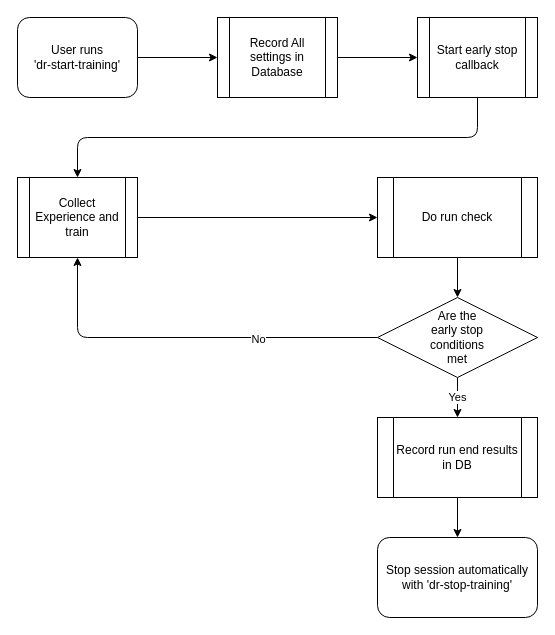
Earlier version of the draw.io diagram docs/drawings/training_flow.drawio (anjrew/deepracer-for-cloud). Source tidied: cells renumbered, new cells numbered last; positions are measured from the earlier drawing's top-left corner, leaving out a move shared by most shapes. Both pictures are drawn from the tidied source at 100%, with x=0, y=0 at pixel (17, 17).
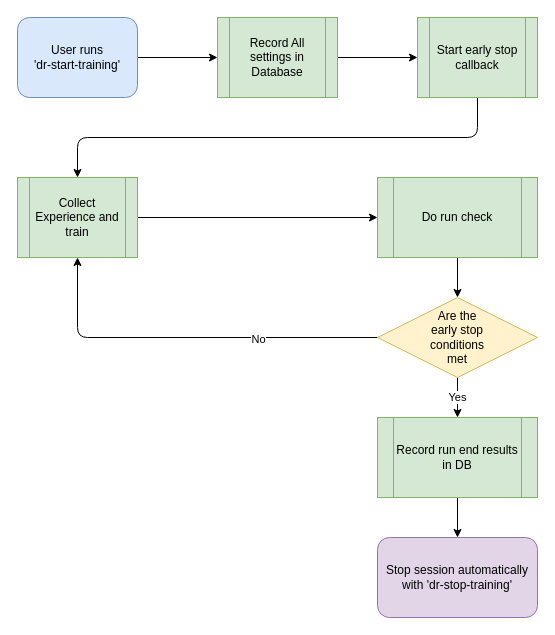
Above is the later version.

Commit message:
Add color to training flow diagram

Diff of the diagram source:
```diff
@@
-    <mxCell id="4" value="Record All settings in Database" style="shape=process;whiteSpace=wrap;html=1;backgroundOutline=1;" parent="1" vertex="1">
+    <mxCell id="4" value="Record All settings in Database" style="shape=process;whiteSpace=wrap;html=1;backgroundOutline=1;fillColor=#d5e8d4;strokeColor=#82b366;" parent="1" vertex="1">
       <mxGeometry x="200" width="120" height="80" as="geometry" />
     </mxCell>
@@
-    <mxCell id="6" value="Start early stop callback" style="shape=process;whiteSpace=wrap;html=1;backgroundOutline=1;" parent="1" vertex="1">
+    <mxCell id="6" value="Start early stop callback" style="shape=process;whiteSpace=wrap;html=1;backgroundOutline=1;fillColor=#d5e8d4;strokeColor=#82b366;" parent="1" vertex="1">
       <mxGeometry x="400" width="120" height="80" as="geometry" />
     </mxCell>
@@
-    <mxCell id="8" value="Do run check" style="shape=process;whiteSpace=wrap;html=1;backgroundOutline=1;" parent="1" vertex="1">
+    <mxCell id="8" value="Do run check" style="shape=process;whiteSpace=wrap;html=1;backgroundOutline=1;fillColor=#d5e8d4;strokeColor=#82b366;" parent="1" vertex="1">
       <mxGeometry x="360" y="160" width="160" height="80" as="geometry" />
     </mxCell>
@@
-    <mxCell id="12" value="Are the early stop conditions met" style="rhombus;whiteSpace=wrap;html=1;spacingLeft=50;spacingRight=50;" parent="1" vertex="1">
+    <mxCell id="12" value="Are the early stop conditions met" style="rhombus;whiteSpace=wrap;html=1;spacingLeft=50;spacingRight=50;fillColor=#fff2cc;strokeColor=#d6b656;" parent="1" vertex="1">
       <mxGeometry x="360" y="280" width="160" height="80" as="geometry" />
     </mxCell>
@@
-    <mxCell id="14" value="Record run end results in DB" style="shape=process;whiteSpace=wrap;html=1;backgroundOutline=1;" parent="1" vertex="1">
+    <mxCell id="14" value="Record run end results in DB" style="shape=process;whiteSpace=wrap;html=1;backgroundOutline=1;fillColor=#d5e8d4;strokeColor=#82b366;" parent="1" vertex="1">
       <mxGeometry x="360" y="400" width="160" height="80" as="geometry" />
     </mxCell>
-    <mxCell id="15" value="Stop session automatically with 'dr-stop-training'" style="rounded=1;whiteSpace=wrap;html=1;" parent="1" vertex="1">
+    <mxCell id="15" value="Stop session automatically with 'dr-stop-training'" style="rounded=1;whiteSpace=wrap;html=1;fillColor=#e1d5e7;strokeColor=#9673a6;" parent="1" vertex="1">
       <mxGeometry x="360" y="520" width="160" height="80" as="geometry" />
     </mxCell>
-    <mxCell id="16" value="User runs&lt;br style=&quot;border-color: var(--border-color);&quot;&gt;'dr-start-training'" style="rounded=1;whiteSpace=wrap;html=1;" parent="1" vertex="1">
+    <mxCell id="16" value="User runs&lt;br style=&quot;border-color: var(--border-color);&quot;&gt;'dr-start-training'" style="rounded=1;whiteSpace=wrap;html=1;fillColor=#dae8fc;strokeColor=#6c8ebf;" parent="1" vertex="1">
       <mxGeometry width="120" height="80" as="geometry" />
     </mxCell>
@@
-    <mxCell id="18" value="Collect Experience and train" style="shape=process;whiteSpace=wrap;html=1;backgroundOutline=1;" parent="1" vertex="1">
+    <mxCell id="18" value="Collect Experience and train" style="shape=process;whiteSpace=wrap;html=1;backgroundOutline=1;fillColor=#d5e8d4;strokeColor=#82b366;" parent="1" vertex="1">
       <mxGeometry y="160" width="120" height="80" as="geometry" />
     </mxCell>
```
